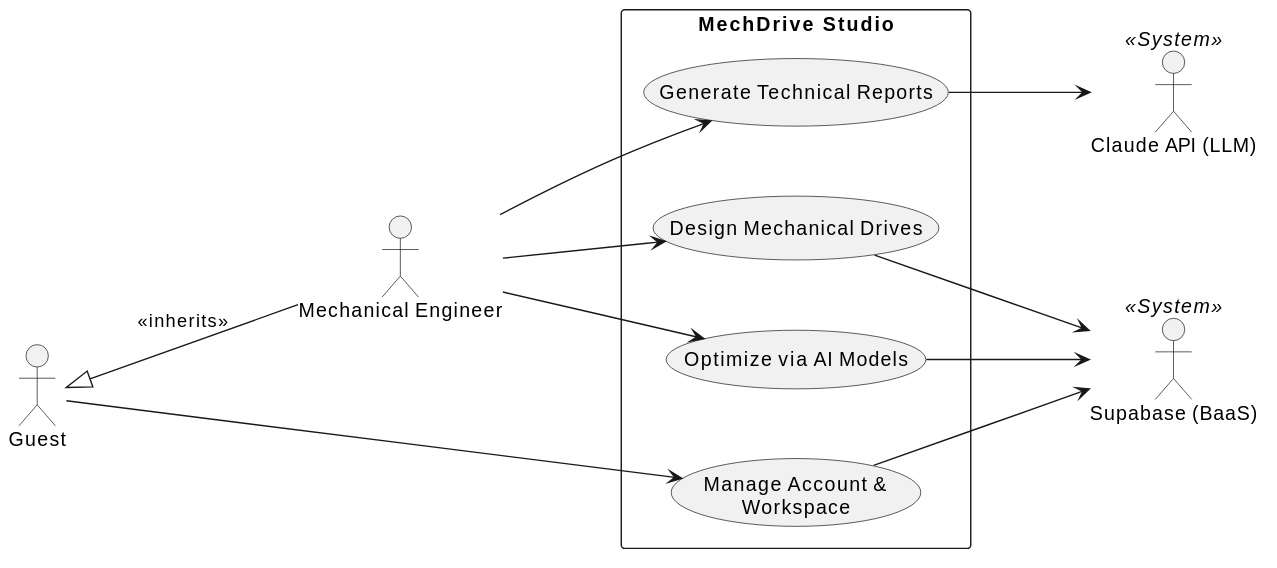
Before: docs/uml/uc_high_level.svg, a diagram exported from PlantUML (dvydinh/mechdrive).
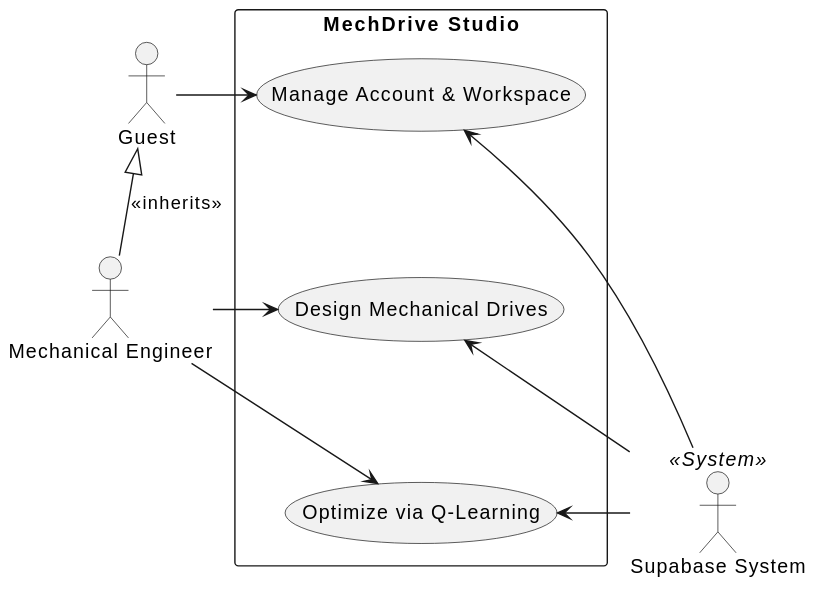
Above is the later version.

The edit, as a diff of the source:
```diff
@@ -1,31 +1,26 @@
 @startuml
-left to right direction
 skinparam packageStyle rectangle
-skinparam nodesep 50
-skinparam ranksep 100
-skinparam wrapWidth 200
 
 actor "Guest" as guest
 actor "Mechanical Engineer" as eng
-actor "Supabase (BaaS)" as supa << System >>
-actor "Claude API (LLM)" as claude << System >>
+actor "Supabase System" as supa << System >>
 
 package "MechDrive Studio" {
   usecase "Manage Account & Workspace" as UC1
   usecase "Design Mechanical Drives" as UC2
-  usecase "Optimize via AI Models" as UC3
-  usecase "Generate Technical Reports" as UC4
+  usecase "Optimize via Q-Learning" as UC3
 }
 
-eng -up-|> guest : <<inherits>>
+UC1 -[hidden]down-> UC2
+UC2 -[hidden]down-> UC3
 
-guest --> UC1
-eng --> UC2
-eng --> UC3
-eng --> UC4
+guest <|- eng : <<inherits>>
 
-UC1 --> supa
-UC2 --> supa
-UC3 --> supa
-UC4 --> claude
+guest -right-> UC1
+eng -right-> UC2
+eng -right-> UC3
+
+supa -left-> UC1
+supa -left-> UC2
+supa -left-> UC3
 @enduml
```
